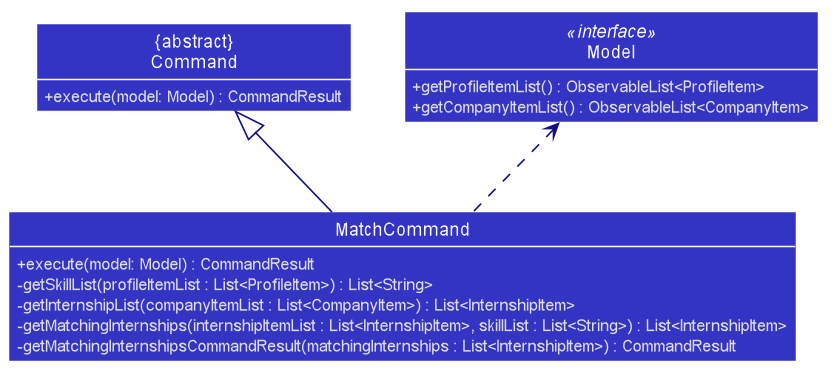
The PlantUML diagram docs/images/MatchCommandClassDiagram.png in shawn-nyk/tp, before a commit.
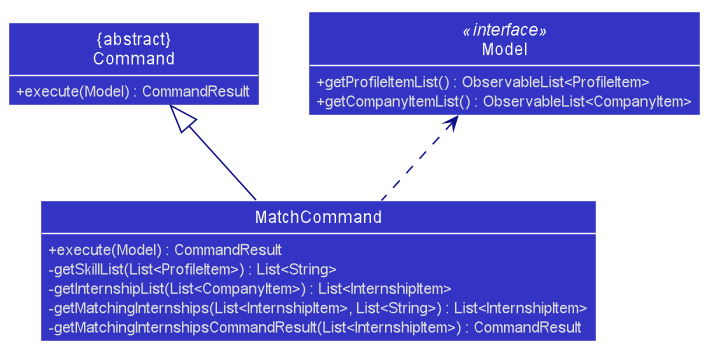
Later version of the same file.

Commit message:
Remove param names from matchcommand class diagram

Diff of the diagram source:
```diff
@@ -56,15 +56,15 @@
 skinparam defaultFontColor #DDDDDD
 
 class MatchCommand {
-    +execute(model: Model) : CommandResult
-    -getSkillList(profileItemList : List<ProfileItem>) : List<String>
-    -getInternshipList(companyItemList : List<CompanyItem>) : List<InternshipItem>
-    -getMatchingInternships(internshipItemList : List<InternshipItem>, skillList : List<String>) : List<InternshipItem>
-    -getMatchingInternshipsCommandResult(matchingInternships : List<InternshipItem>) : CommandResult
+    +execute(Model) : CommandResult
+    -getSkillList(List<ProfileItem>) : List<String>
+    -getInternshipList(List<CompanyItem>) : List<InternshipItem>
+    -getMatchingInternships(List<InternshipItem>, List<String>) : List<InternshipItem>
+    -getMatchingInternshipsCommandResult(List<InternshipItem>) : CommandResult
 }
 
 class "&#123;abstract&#125;\nCommand" as Command {
-    +execute(model: Model) : CommandResult
+    +execute(Model) : CommandResult
 }
 
 class Model <<interface>> {
```
